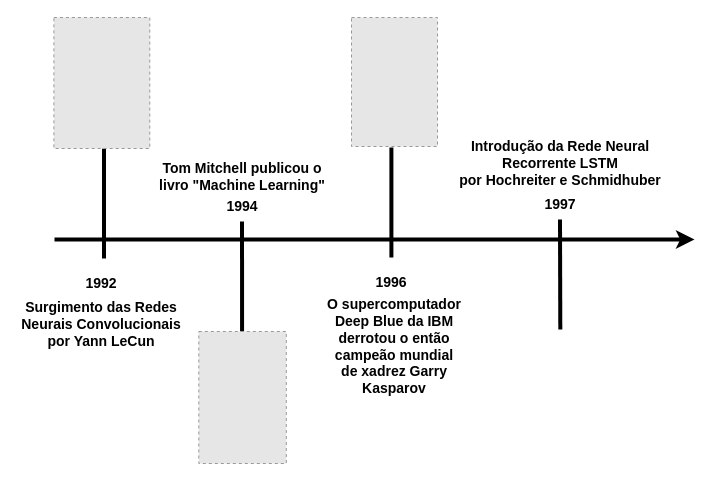
Earlier version of the draw.io diagram timeline9020.drawio (giacicunb/iagora). Source tidied: cells renumbered, new cells numbered last; positions are measured from the earlier drawing's top-left corner, leaving out a move shared by most shapes. Both pictures are drawn from the tidied source at 100%, with x=0, y=0 at pixel (16, 17). Pictures stored in the file or linked from it are replaced by grey dashed boxes.
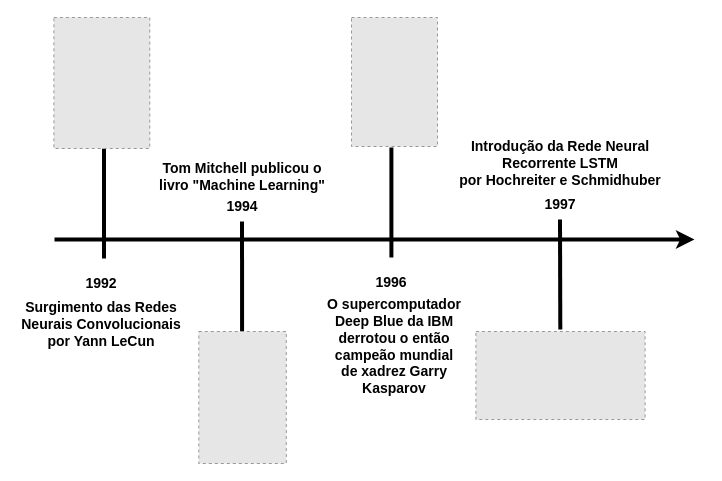
The same diagram, later.

The edit, as a diff of the source:
```diff
@@
+    <mxCell id="18" style="fillColor=#E6E6E6;strokeColor=#999999;dashed=1;verticalLabelPosition=bottom;labelBackgroundColor=default;verticalAlign=top;" parent="1" vertex="1">
+      <mxGeometry x="459.4" y="314" width="169.2" height="88" as="geometry" />
+    </mxCell>
```
